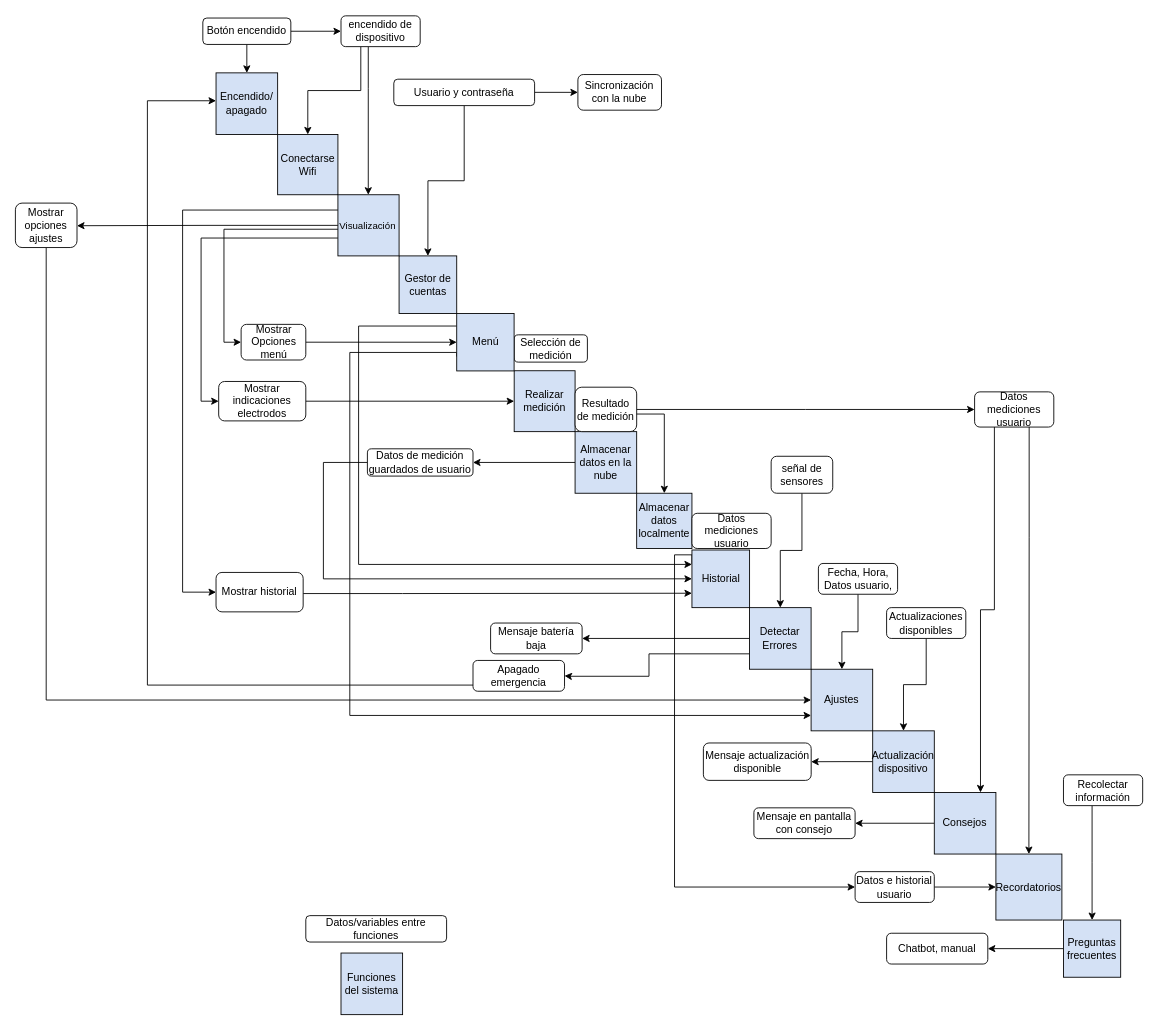
The draw.io diagram segunda_fase/Arquitecturas de software/Diagrama de InterfacesN2Chart.drawio in Angeloib98/BIATRONIC, before the edit. Source tidied: cells renumbered, new cells numbered last; positions are measured from the earlier drawing's top-left corner, leaving out a move shared by most shapes. Both pictures are drawn from the tidied source at 88%, with x=0, y=0 at pixel (15, 16).
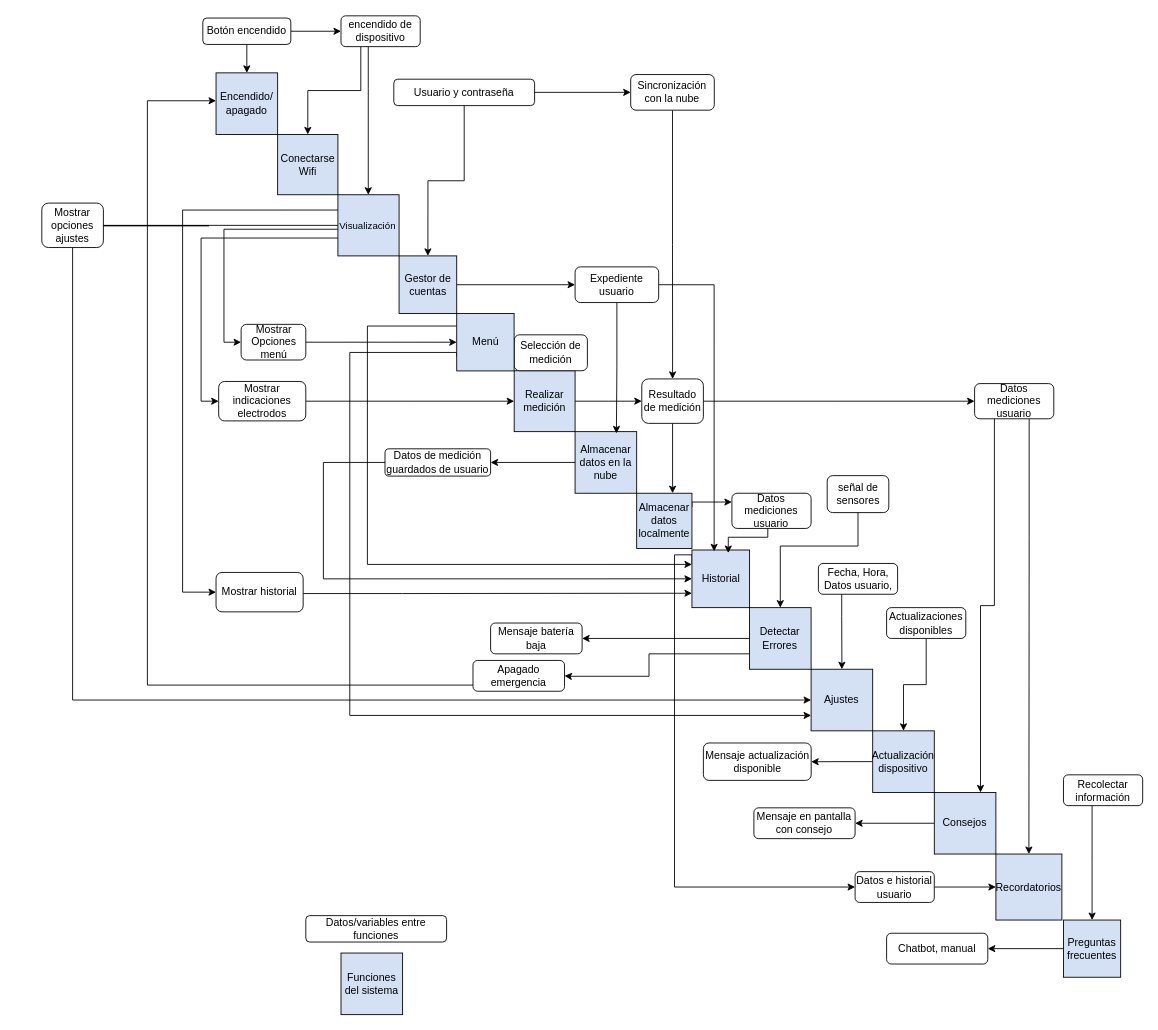
After the change.

Unchanged cells that the change refers to:
```xml
<mxCell id="2" value="Gestor de cuentas" style="whiteSpace=wrap;html=1;fillColor=#D4E1F5;" parent="1" vertex="1">
  <mxGeometry x="436" y="272.3" width="65.5" height="65.5" as="geometry" />
</mxCell>
<mxCell id="3" value="Realizar medición" style="whiteSpace=wrap;html=1;fillColor=#D4E1F5;" parent="1" vertex="1">
  <mxGeometry x="566.8" y="402.8" width="69.2" height="69.2" as="geometry" />
</mxCell>
<mxCell id="4" value="Ajustes" style="whiteSpace=wrap;html=1;fillColor=#D4E1F5;" parent="1" vertex="1">
  <mxGeometry x="904.2" y="742" width="70" height="70" as="geometry" />
</mxCell>
<mxCell id="7" value="Detectar Errores" style="whiteSpace=wrap;html=1;fillColor=#D4E1F5;" parent="1" vertex="1">
  <mxGeometry x="834.2" y="672" width="70" height="70" as="geometry" />
</mxCell>
<mxCell id="9" value="Almacenar datos en la nube" style="whiteSpace=wrap;html=1;fillColor=#D4E1F5;" parent="1" vertex="1">
  <mxGeometry x="636" y="472" width="70" height="70" as="geometry" />
</mxCell>
<mxCell id="31" value="Fecha, Hora, Datos usuario," style="rounded=1;whiteSpace=wrap;html=1;" parent="1" vertex="1">
  <mxGeometry x="912.5" y="621.8" width="90" height="35" as="geometry" />
</mxCell>
<mxCell id="47" value="Menú" style="whiteSpace=wrap;html=1;fillColor=#D4E1F5;" parent="1" vertex="1">
  <mxGeometry x="501.5" y="337.8" width="65.2" height="65.2" as="geometry" />
</mxCell>
<mxCell id="56" value="Historial" style="whiteSpace=wrap;html=1;fillColor=#D4E1F5;" parent="1" vertex="1">
  <mxGeometry x="768.8" y="606.5" width="65.5" height="65.5" as="geometry" />
</mxCell>
<mxCell id="57" value="Almacenar datos localmente" style="whiteSpace=wrap;html=1;fillColor=#D4E1F5;" parent="1" vertex="1">
  <mxGeometry x="706" y="542" width="62.8" height="62.8" as="geometry" />
</mxCell>
<mxCell id="63" value="&lt;font style=&quot;font-size: 11px&quot;&gt;Visualización&amp;nbsp;&lt;/font&gt;" style="whiteSpace=wrap;html=1;fillColor=#D4E1F5;" parent="1" vertex="1">
  <mxGeometry x="366.5" y="202.8" width="69.5" height="69.5" as="geometry" />
</mxCell>
```

Change to the diagram source:
```diff
@@
+    <mxCell id="76" style="edgeStyle=orthogonalEdgeStyle;rounded=0;jettySize=auto;html=1;" parent="1" edge="1" source="2" target="84">
+      <mxGeometry relative="1" as="geometry" />
+    </mxCell>
@@
+    <mxCell id="77" style="edgeStyle=orthogonalEdgeStyle;rounded=0;jettySize=auto;html=1;entryX=0;entryY=0.5;entryDx=0;entryDy=0;" parent="1" edge="1" source="3" target="23">
+      <mxGeometry relative="1" as="geometry" />
+    </mxCell>
@@
     <mxCell id="20" value="Selección de medición" style="rounded=1;whiteSpace=wrap;html=1;" parent="1" vertex="1">
-      <mxGeometry x="566.8" y="362" width="83.2" height="31" as="geometry" />
+      <mxGeometry x="566.8" y="362" width="83.2" height="40.8" as="geometry" />
     </mxCell>
-    <mxCell id="21" style="edgeStyle=orthogonalEdgeStyle;rounded=0;jettySize=auto;html=1;entryX=0.5;entryY=0;entryDx=0;entryDy=0;fontSize=11;" parent="1" edge="1" target="57">
-      <mxGeometry relative="1" as="geometry">
-        <mxPoint x="700" y="447" as="sourcePoint" />
-        <Array as="points">
-          <mxPoint x="700" y="452" />
-          <mxPoint x="737" y="452" />
-        </Array>
-      </mxGeometry>
-    </mxCell>
@@
+    <mxCell id="78" style="edgeStyle=orthogonalEdgeStyle;rounded=0;jettySize=auto;html=1;" parent="1" edge="1" source="23" target="57">
+      <mxGeometry relative="1" as="geometry">
+        <Array as="points">
+          <mxPoint x="737" y="462" />
+          <mxPoint x="737" y="462" />
+        </Array>
+      </mxGeometry>
+    </mxCell>
     <mxCell id="23" value="Resultado de medición" style="rounded=1;whiteSpace=wrap;html=1;" parent="1" vertex="1">
-      <mxGeometry x="636" y="421.5" width="70" height="50.5" as="geometry" />
+      <mxGeometry x="711.8" y="412.1" width="70" height="50.5" as="geometry" />
     </mxCell>
@@
     <mxCell id="25" value="Datos de medición guardados de usuario" style="rounded=1;whiteSpace=wrap;html=1;" parent="1" vertex="1">
-      <mxGeometry x="400" y="491.5" width="120" height="31" as="geometry" />
+      <mxGeometry x="420" y="491.5" width="120" height="31" as="geometry" />
     </mxCell>
@@
     <mxCell id="28" style="edgeStyle=orthogonalEdgeStyle;rounded=0;jettySize=auto;html=1;entryX=0.5;entryY=0;entryDx=0;entryDy=0;fontSize=11;" parent="1" edge="1" source="29" target="7">
-      <mxGeometry relative="1" as="geometry" />
+      <mxGeometry relative="1" as="geometry">
+        <Array as="points">
+          <mxPoint x="958" y="602" />
+          <mxPoint x="869" y="602" />
+        </Array>
+      </mxGeometry>
     </mxCell>
     <mxCell id="29" value="señal de sensores" style="rounded=1;whiteSpace=wrap;html=1;" parent="1" vertex="1">
-      <mxGeometry x="858.8" y="500" width="70" height="42" as="geometry" />
+      <mxGeometry x="922.5" y="522" width="70" height="42" as="geometry" />
     </mxCell>
     <mxCell id="30" style="edgeStyle=orthogonalEdgeStyle;rounded=0;jettySize=auto;html=1;entryX=0.5;entryY=0;entryDx=0;entryDy=0;fontSize=11;" parent="1" edge="1" source="31" target="4">
-      <mxGeometry relative="1" as="geometry" />
+      <mxGeometry relative="1" as="geometry">
+        <Array as="points">
+          <mxPoint x="939" y="682" />
+          <mxPoint x="939" y="682" />
+        </Array>
+      </mxGeometry>
     </mxCell>
@@
+    <mxCell id="79" style="edgeStyle=orthogonalEdgeStyle;rounded=0;jettySize=auto;html=1;entryX=0.5;entryY=0;entryDx=0;entryDy=0;" parent="1" edge="1" source="44" target="23">
+      <mxGeometry relative="1" as="geometry" />
+    </mxCell>
     <mxCell id="44" value="Sincronización con la nube" style="rounded=1;whiteSpace=wrap;html=1;" parent="1" vertex="1">
-      <mxGeometry x="639.2" y="66.2" width="95" height="40.5" as="geometry" />
+      <mxGeometry x="699.2" y="66.2" width="95" height="40.5" as="geometry" />
     </mxCell>
     <mxCell id="45" style="edgeStyle=orthogonalEdgeStyle;rounded=0;jettySize=auto;html=1;entryX=0;entryY=0.25;entryDx=0;entryDy=0;fontSize=11;" parent="1" edge="1" source="47" target="56">
       <mxGeometry relative="1" as="geometry">
         <Array as="points">
-          <mxPoint x="390" y="352" />
-          <mxPoint x="390" y="623" />
+          <mxPoint x="400" y="352" />
+          <mxPoint x="400" y="623" />
         </Array>
       </mxGeometry>
     </mxCell>
@@
+    <mxCell id="80" style="edgeStyle=orthogonalEdgeStyle;rounded=0;jettySize=auto;html=1;exitX=1;exitY=0.25;exitDx=0;exitDy=0;entryX=0;entryY=0.25;entryDx=0;entryDy=0;" parent="1" edge="1" source="57" target="58">
+      <mxGeometry relative="1" as="geometry">
+        <Array as="points">
+          <mxPoint x="769" y="552" />
+        </Array>
+      </mxGeometry>
+    </mxCell>
@@
+    <mxCell id="81" style="edgeStyle=orthogonalEdgeStyle;rounded=0;jettySize=auto;html=1;entryX=0.63;entryY=0.053;entryDx=0;entryDy=0;entryPerimeter=0;" parent="1" edge="1" source="58" target="56">
+      <mxGeometry relative="1" as="geometry">
+        <Array as="points">
+          <mxPoint x="855" y="592" />
+          <mxPoint x="810" y="592" />
+        </Array>
+      </mxGeometry>
+    </mxCell>
     <mxCell id="58" value="Datos mediciones usuario" style="rounded=1;whiteSpace=wrap;html=1;" parent="1" vertex="1">
-      <mxGeometry x="768.8" y="564.8" width="90" height="40" as="geometry" />
+      <mxGeometry x="814.2" y="542" width="90" height="40" as="geometry" />
     </mxCell>
@@
-    <mxCell id="61" style="edgeStyle=orthogonalEdgeStyle;rounded=0;jettySize=auto;html=1;fontSize=11;" parent="1" edge="1" source="63">
+    <mxCell id="61" style="edgeStyle=orthogonalEdgeStyle;rounded=0;jettySize=auto;html=1;fontSize=11;startArrow=none;" parent="1" edge="1" source="65">
       <mxGeometry relative="1" as="geometry">
         <mxPoint x="70" y="238" as="targetPoint" />
         <Array as="points">
           <mxPoint x="220" y="238" />
-          <mxPoint x="220" y="238" />
         </Array>
       </mxGeometry>
     </mxCell>
@@
-    <mxCell id="64" style="edgeStyle=orthogonalEdgeStyle;rounded=0;jettySize=auto;html=1;entryX=0;entryY=0.5;entryDx=0;entryDy=0;fontSize=11;" parent="1" edge="1" source="65" target="4">
+    <mxCell id="64" style="edgeStyle=orthogonalEdgeStyle;rounded=0;jettySize=auto;html=1;entryX=0;entryY=0.5;entryDx=0;entryDy=0;fontSize=11;exitX=0.5;exitY=1;exitDx=0;exitDy=0;" parent="1" edge="1" source="65" target="4">
       <mxGeometry relative="1" as="geometry">
         <Array as="points">
-          <mxPoint x="35" y="777" />
+          <mxPoint x="65" y="777" />
         </Array>
       </mxGeometry>
     </mxCell>
-    <mxCell id="65" value="Mostrar opciones ajustes" style="rounded=1;whiteSpace=wrap;html=1;" parent="1" vertex="1">
-      <mxGeometry y="212.3" width="70" height="50.5" as="geometry" />
-    </mxCell>
@@
     <mxCell id="73" value="Datos mediciones usuario" style="rounded=1;whiteSpace=wrap;html=1;" parent="1" vertex="1">
-      <mxGeometry x="1090" y="426.8" width="90" height="40" as="geometry" />
+      <mxGeometry x="1090" y="417.4" width="90" height="40" as="geometry" />
     </mxCell>
@@
+    <mxCell id="82" style="edgeStyle=orthogonalEdgeStyle;rounded=0;jettySize=auto;html=1;entryX=0.671;entryY=0.029;entryDx=0;entryDy=0;entryPerimeter=0;" parent="1" edge="1" source="84" target="9">
+      <mxGeometry relative="1" as="geometry" />
+    </mxCell>
+    <mxCell id="83" style="edgeStyle=orthogonalEdgeStyle;rounded=0;jettySize=auto;html=1;exitX=1;exitY=0.5;exitDx=0;exitDy=0;entryX=0.385;entryY=0.023;entryDx=0;entryDy=0;entryPerimeter=0;" parent="1" edge="1" source="84" target="56">
+      <mxGeometry relative="1" as="geometry" />
+    </mxCell>
+    <mxCell id="84" value="Expediente usuario" style="rounded=1;whiteSpace=wrap;html=1;" parent="1" vertex="1">
+      <mxGeometry x="636" y="284.8" width="95" height="40.5" as="geometry" />
+    </mxCell>
+    <mxCell id="65" value="Mostrar opciones ajustes" style="rounded=1;whiteSpace=wrap;html=1;" parent="1" vertex="1">
+      <mxGeometry x="30" y="212.3" width="70" height="50.5" as="geometry" />
+    </mxCell>
+    <mxCell id="85" style="edgeStyle=orthogonalEdgeStyle;rounded=0;jettySize=auto;html=1;fontSize=11;endArrow=none;" parent="1" edge="1" source="63" target="65">
+      <mxGeometry relative="1" as="geometry">
+        <Array as="points">
+          <mxPoint x="220" y="238" />
+        </Array>
+      </mxGeometry>
+    </mxCell>
```
